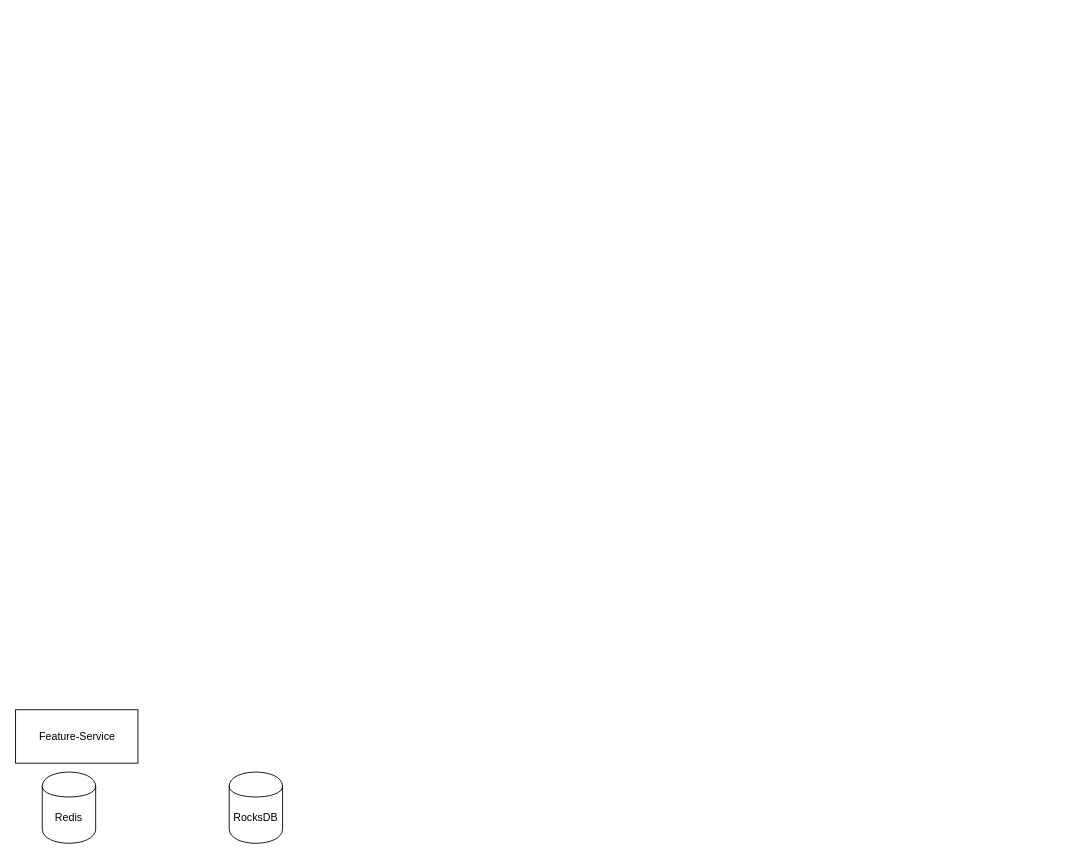
Earlier version of the draw.io diagram Untitled Diagram.drawio (SomnusSuy/SomnusSuy.github.io). Source tidied: cells renumbered, new cells numbered last; positions are measured from the earlier drawing's top-left corner, leaving out a move shared by most shapes. Both pictures are drawn from the tidied source at 89%, with x=0, y=0 at pixel (15, 709).
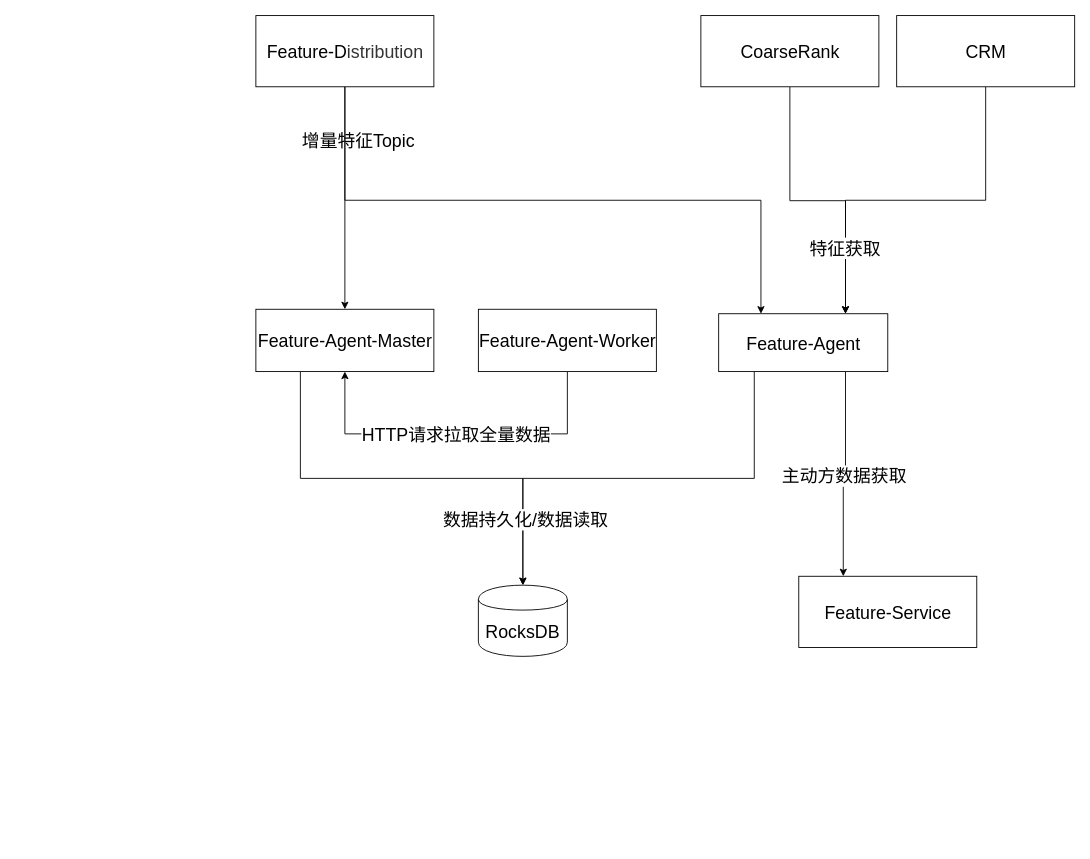
The same diagram, later.

Diff of the diagram source:
```diff
@@
+    <mxCell id="4" value="&lt;font style=&quot;font-size: 20px&quot;&gt;RocksDB&lt;/font&gt;" style="shape=cylinder;whiteSpace=wrap;html=1;boundedLbl=1;backgroundOutline=1;" parent="1" vertex="1">
+      <mxGeometry x="520" y="-140" width="100" height="80" as="geometry" />
+    </mxCell>
+    <mxCell id="5" style="edgeStyle=orthogonalEdgeStyle;rounded=0;jettySize=auto;html=1;exitX=0.5;exitY=1;exitDx=0;exitDy=0;" parent="1" edge="1" source="7" target="14">
+      <mxGeometry relative="1" as="geometry" />
+    </mxCell>
+    <mxCell id="6" style="edgeStyle=orthogonalEdgeStyle;rounded=0;jettySize=auto;html=1;exitX=0.5;exitY=1;exitDx=0;exitDy=0;entryX=0.25;entryY=0;entryDx=0;entryDy=0;" parent="1" edge="1" source="7" target="19">
+      <mxGeometry relative="1" as="geometry" />
+    </mxCell>
+    <mxCell id="7" value="&lt;font style=&quot;font-size: 20px&quot;&gt;Feature-D&lt;span style=&quot;color: rgb(51 , 51 , 51) ; background-color: rgb(255 , 255 , 255)&quot;&gt;istribution&lt;/span&gt;&lt;/font&gt;" style="html=1;dashed=0;whitespace=wrap;fontSize=20;" parent="1" vertex="1">
+      <mxGeometry x="270" y="-780" width="200" height="80" as="geometry" />
+    </mxCell>
+    <mxCell id="8" style="edgeStyle=orthogonalEdgeStyle;rounded=0;jettySize=auto;html=1;exitX=0.5;exitY=1;exitDx=0;exitDy=0;entryX=0.75;entryY=0;entryDx=0;entryDy=0;" parent="1" edge="1" source="9" target="19">
+      <mxGeometry relative="1" as="geometry" />
+    </mxCell>
+    <mxCell id="9" value="CRM" style="html=1;dashed=0;whitespace=wrap;fontSize=20;" parent="1" vertex="1">
+      <mxGeometry x="990" y="-780" width="200" height="80" as="geometry" />
+    </mxCell>
+    <mxCell id="10" style="edgeStyle=orthogonalEdgeStyle;rounded=0;jettySize=auto;html=1;exitX=0.5;exitY=1;exitDx=0;exitDy=0;entryX=0.75;entryY=0;entryDx=0;entryDy=0;" parent="1" edge="1" source="12" target="19">
+      <mxGeometry relative="1" as="geometry">
+        <Array as="points">
+          <mxPoint x="870" y="-572" />
+          <mxPoint x="933" y="-572" />
+        </Array>
+      </mxGeometry>
+    </mxCell>
+    <mxCell id="11" value="&lt;font style=&quot;font-size: 20px&quot;&gt;特征获取&lt;/font&gt;" style="edgeLabel;html=1;align=center;verticalAlign=middle;" parent="10" vertex="1">
+      <mxGeometry x="0.53" y="-1" relative="1" as="geometry" />
+    </mxCell>
+    <mxCell id="12" value="CoarseRank" style="html=1;dashed=0;whitespace=wrap;fontSize=20;" parent="1" vertex="1">
+      <mxGeometry x="770" y="-780" width="200" height="80" as="geometry" />
+    </mxCell>
+    <mxCell id="13" style="edgeStyle=orthogonalEdgeStyle;rounded=0;jettySize=auto;html=1;exitX=0.25;exitY=1;exitDx=0;exitDy=0;entryX=0.5;entryY=0;entryDx=0;entryDy=0;" parent="1" edge="1" source="14" target="4">
+      <mxGeometry relative="1" as="geometry" />
+    </mxCell>
+    <mxCell id="14" value="&lt;font style=&quot;font-size: 20px&quot;&gt;Feature-Agent-Master&lt;/font&gt;" style="html=1;dashed=0;whitespace=wrap;fontSize=20;" parent="1" vertex="1">
+      <mxGeometry x="270" y="-450" width="200" height="70" as="geometry" />
+    </mxCell>
+    <mxCell id="15" style="edgeStyle=orthogonalEdgeStyle;rounded=0;jettySize=auto;html=1;entryX=0.5;entryY=0;entryDx=0;entryDy=0;" parent="1" edge="1" source="19" target="4">
+      <mxGeometry relative="1" as="geometry">
+        <Array as="points">
+          <mxPoint x="830" y="-260" />
+          <mxPoint x="570" y="-260" />
+        </Array>
+      </mxGeometry>
+    </mxCell>
+    <mxCell id="16" value="数据持久化/数据读取" style="edgeLabel;html=1;align=center;verticalAlign=middle;fontSize=20;" parent="15" vertex="1">
+      <mxGeometry x="0.7" y="2" relative="1" as="geometry" />
+    </mxCell>
+    <mxCell id="17" style="edgeStyle=orthogonalEdgeStyle;rounded=0;jettySize=auto;html=1;exitX=0.75;exitY=1;exitDx=0;exitDy=0;entryX=0.25;entryY=0;entryDx=0;entryDy=0;" parent="1" edge="1" source="19" target="2">
+      <mxGeometry relative="1" as="geometry" />
+    </mxCell>
+    <mxCell id="18" value="&lt;font style=&quot;font-size: 20px&quot;&gt;主动方数据获取&lt;/font&gt;" style="edgeLabel;html=1;align=center;verticalAlign=middle;" parent="17" vertex="1">
+      <mxGeometry x="0.02" relative="1" as="geometry" />
+    </mxCell>
+    <mxCell id="19" value="&lt;font style=&quot;font-size: 20px&quot;&gt;Feature-Agent&lt;/font&gt;" style="html=1;dashed=0;whitespace=wrap;fontSize=20;" parent="1" vertex="1">
+      <mxGeometry x="790" y="-445" width="190" height="65" as="geometry" />
+    </mxCell>
+    <mxCell id="20" value="增量特征Topic" style="text;html=1;align=center;verticalAlign=middle;fillColor=none;strokeColor=none;rounded=0;fontSize=20;" parent="1" vertex="1">
+      <mxGeometry x="315" y="-655" width="140" height="30" as="geometry" />
+    </mxCell>
-    <mxCell id="2" value="Feature-Service" style="html=1;dashed=0;whitespace=wrap;" parent="1" vertex="1">
-      <mxGeometry width="137.5" height="60" as="geometry" />
+    <mxCell id="2" value="&lt;font style=&quot;font-size: 20px&quot;&gt;Feature-Service&lt;/font&gt;" style="html=1;dashed=0;whitespace=wrap;fontSize=20;" parent="1" vertex="1">
+      <mxGeometry x="880" y="-150" width="200" height="80" as="geometry" />
     </mxCell>
-    <mxCell id="3" value="Redis" style="shape=cylinder;whiteSpace=wrap;html=1;boundedLbl=1;backgroundOutline=1;" parent="1" vertex="1">
-      <mxGeometry x="30" y="70" width="60" height="80" as="geometry" />
-    </mxCell>
-    <mxCell id="4" value="RocksDB" style="shape=cylinder;whiteSpace=wrap;html=1;boundedLbl=1;backgroundOutline=1;" parent="1" vertex="1">
-      <mxGeometry x="240" y="70" width="60" height="80" as="geometry" />
-    </mxCell>
+    <mxCell id="21" value="&lt;font style=&quot;font-size: 20px&quot;&gt;HTTP请求拉取全量数据&lt;/font&gt;" style="edgeStyle=orthogonalEdgeStyle;rounded=0;jettySize=auto;html=1;exitX=0.5;exitY=1;exitDx=0;exitDy=0;entryX=0.5;entryY=1;entryDx=0;entryDy=0;" parent="1" edge="1" source="22" target="14">
+      <mxGeometry relative="1" as="geometry">
+        <Array as="points">
+          <mxPoint x="620" y="-310" />
+          <mxPoint x="370" y="-310" />
+        </Array>
+      </mxGeometry>
+    </mxCell>
+    <mxCell id="22" value="&lt;font style=&quot;font-size: 20px&quot;&gt;Feature-Agent-Worker&lt;/font&gt;" style="html=1;dashed=0;whitespace=wrap;fontSize=20;" parent="1" vertex="1">
+      <mxGeometry x="520" y="-450" width="200" height="70" as="geometry" />
+    </mxCell>
```
